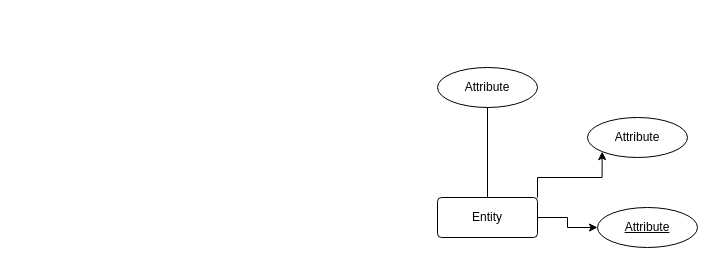
This is Untitled Diagram.drawio from itsfadymate/Customer-Data-Management-System, a draw.io file, before an edit. Source tidied: cells renumbered, new cells numbered last; positions are measured from the earlier drawing's top-left corner, leaving out a move shared by most shapes. Both pictures are drawn from the tidied source at 100%, with x=0, y=0 at pixel (437, 67).
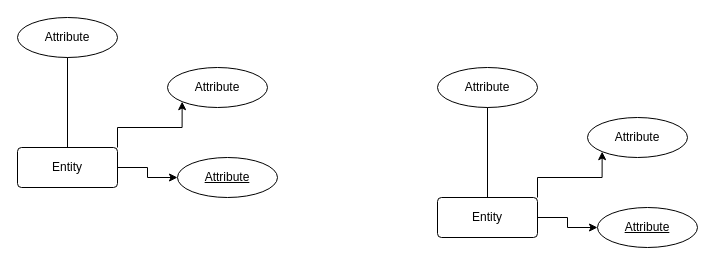
The same diagram, later.

What changed in the source:
```diff
@@
 <mxGraphModel>
   <root>
     <mxCell id="0" />
     <mxCell id="1" parent="0" />
     <mxCell id="2" style="edgeStyle=orthogonalEdgeStyle;rounded=0;jettySize=auto;html=1;exitX=1;exitY=0;exitDx=0;exitDy=0;entryX=0;entryY=1;entryDx=0;entryDy=0;" parent="1" edge="1" source="4" target="6">
       <mxGeometry relative="1" as="geometry" />
     </mxCell>
     <mxCell id="3" style="edgeStyle=orthogonalEdgeStyle;rounded=0;jettySize=auto;html=1;" parent="1" edge="1" source="4" target="7">
       <mxGeometry relative="1" as="geometry" />
     </mxCell>
     <mxCell id="4" value="Entity" style="rounded=1;arcSize=10;whiteSpace=wrap;html=1;align=center;" parent="1" vertex="1">
       <mxGeometry y="130" width="100" height="40" as="geometry" />
     </mxCell>
     <mxCell id="5" value="Attribute" style="ellipse;whiteSpace=wrap;html=1;align=center;" parent="1" vertex="1">
       <mxGeometry width="100" height="40" as="geometry" />
     </mxCell>
     <mxCell id="6" value="Attribute" style="ellipse;whiteSpace=wrap;html=1;align=center;" parent="1" vertex="1">
       <mxGeometry x="150" y="50" width="100" height="40" as="geometry" />
     </mxCell>
     <mxCell id="7" value="Attribute" style="ellipse;whiteSpace=wrap;html=1;align=center;fontStyle=4;" parent="1" vertex="1">
       <mxGeometry x="160" y="140" width="100" height="40" as="geometry" />
     </mxCell>
     <mxCell id="8" style="endArrow=none;html=1;rounded=0;exitX=0.5;exitY=0;exitDx=0;exitDy=0;entryX=0.5;entryY=1;entryDx=0;entryDy=0;" parent="1" edge="1" source="4" target="5">
       <mxGeometry relative="1" as="geometry" />
     </mxCell>
+    <mxCell id="9" style="edgeStyle=orthogonalEdgeStyle;rounded=0;jettySize=auto;html=1;exitX=1;exitY=0;exitDx=0;exitDy=0;entryX=0;entryY=1;entryDx=0;entryDy=0;" parent="1" edge="1" source="11" target="13">
+      <mxGeometry relative="1" as="geometry" />
+    </mxCell>
+    <mxCell id="10" style="edgeStyle=orthogonalEdgeStyle;rounded=0;jettySize=auto;html=1;" parent="1" edge="1" source="11" target="14">
+      <mxGeometry relative="1" as="geometry" />
+    </mxCell>
+    <mxCell id="11" value="Entity" style="rounded=1;arcSize=10;whiteSpace=wrap;html=1;align=center;" parent="1" vertex="1">
+      <mxGeometry x="-420" y="80" width="100" height="40" as="geometry" />
+    </mxCell>
+    <mxCell id="12" value="Attribute" style="ellipse;whiteSpace=wrap;html=1;align=center;" parent="1" vertex="1">
+      <mxGeometry x="-420" y="-50" width="100" height="40" as="geometry" />
+    </mxCell>
+    <mxCell id="13" value="Attribute" style="ellipse;whiteSpace=wrap;html=1;align=center;" parent="1" vertex="1">
+      <mxGeometry x="-270" width="100" height="40" as="geometry" />
+    </mxCell>
+    <mxCell id="14" value="Attribute" style="ellipse;whiteSpace=wrap;html=1;align=center;fontStyle=4;" parent="1" vertex="1">
+      <mxGeometry x="-260" y="90" width="100" height="40" as="geometry" />
+    </mxCell>
+    <mxCell id="15" style="endArrow=none;html=1;rounded=0;exitX=0.5;exitY=0;exitDx=0;exitDy=0;entryX=0.5;entryY=1;entryDx=0;entryDy=0;" parent="1" edge="1" source="11" target="12">
+      <mxGeometry relative="1" as="geometry" />
+    </mxCell>
   </root>
 </mxGraphModel>
```
